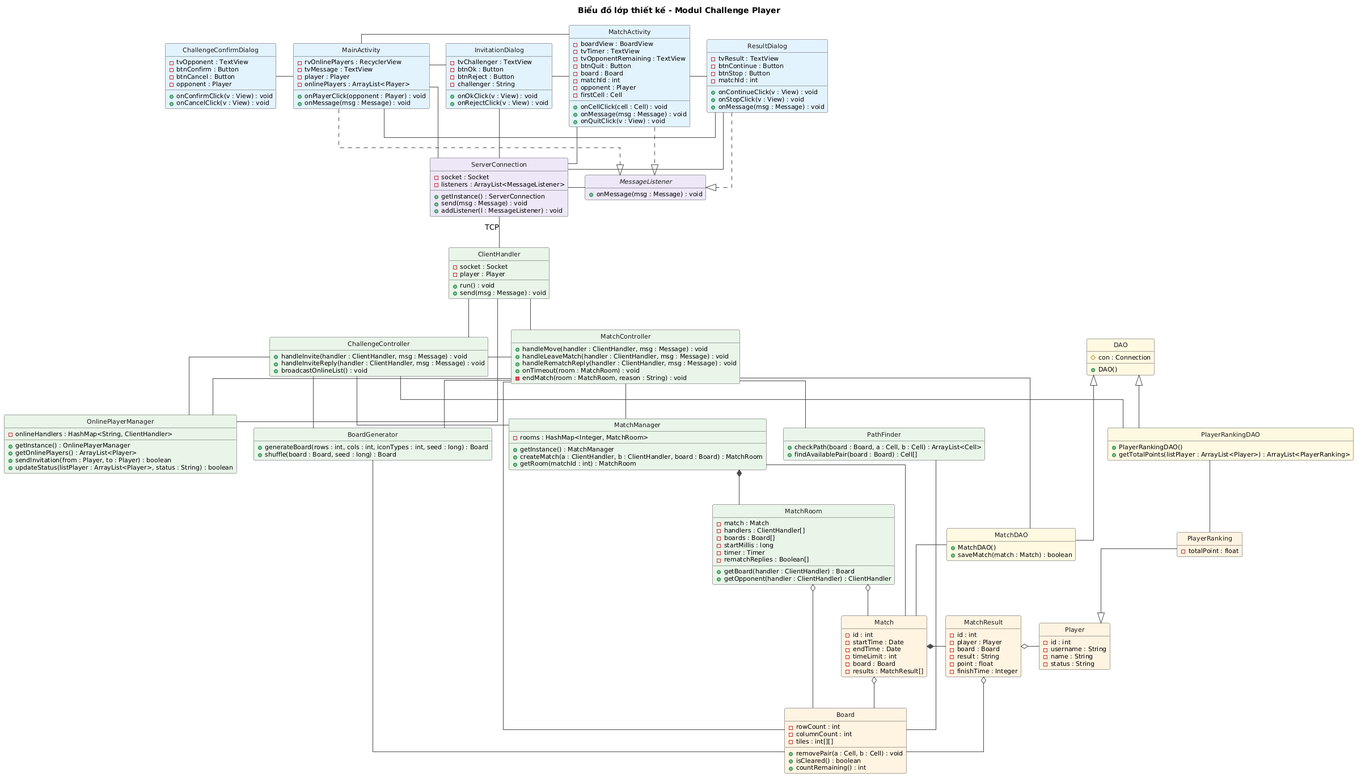
This is docs/uml/pha3/class-design-m3.png from VattenL/mobile-pikachu, a PlantUML export, as it was before one commit.
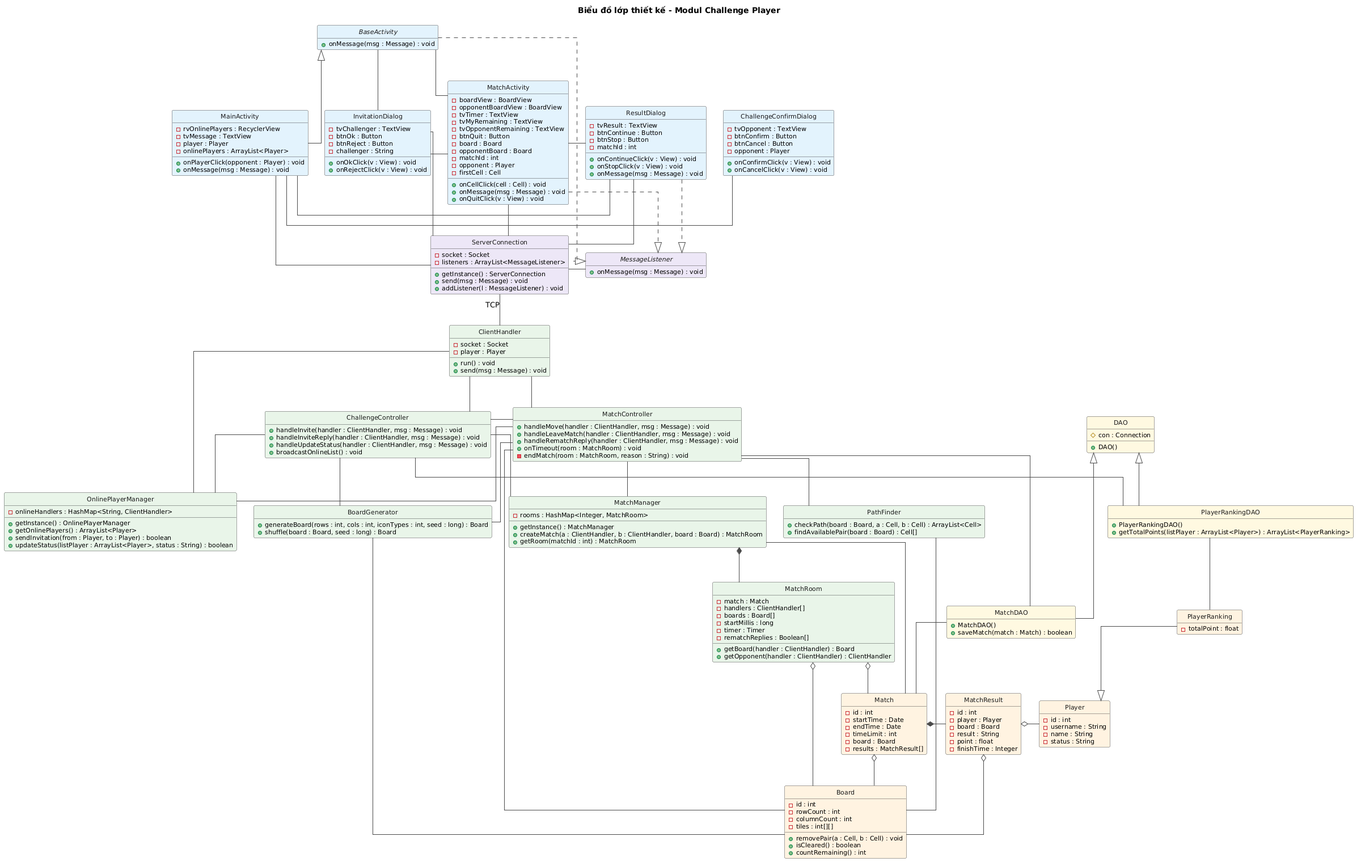
Later version of the same file.

The edit, as a diff of the source:
```diff
@@ -15,6 +15,19 @@
   FontColor #1A1A1A
 }
 
+class ChallengeConfirmDialog #E3F2FD {
+  - tvOpponent : TextView
+  - btnConfirm : Button
+  - btnCancel : Button
+  - opponent : Player
+  + onConfirmClick(v : View) : void
+  + onCancelClick(v : View) : void
+}
+
+abstract class BaseActivity #E3F2FD {
+  + onMessage(msg : Message) : void
+}
+
 class MainActivity #E3F2FD {
   - rvOnlinePlayers : RecyclerView
   - tvMessage : TextView
@@ -22,15 +35,6 @@
   - onlinePlayers : ArrayList<Player>
   + onPlayerClick(opponent : Player) : void
   + onMessage(msg : Message) : void
-}
-
-class ChallengeConfirmDialog #E3F2FD {
-  - tvOpponent : TextView
-  - btnConfirm : Button
-  - btnCancel : Button
-  - opponent : Player
-  + onConfirmClick(v : View) : void
-  + onCancelClick(v : View) : void
 }
 
 class InvitationDialog #E3F2FD {
@@ -44,10 +48,13 @@
 
 class MatchActivity #E3F2FD {
   - boardView : BoardView
+  - opponentBoardView : BoardView
   - tvTimer : TextView
+  - tvMyRemaining : TextView
   - tvOpponentRemaining : TextView
   - btnQuit : Button
   - board : Board
+  - opponentBoard : Board
   - matchId : int
   - opponent : Player
   - firstCell : Cell
@@ -88,6 +95,7 @@
 class ChallengeController #E8F5E9 {
   + handleInvite(handler : ClientHandler, msg : Message) : void
   + handleInviteReply(handler : ClientHandler, msg : Message) : void
+  + handleUpdateStatus(handler : ClientHandler, msg : Message) : void
   + broadcastOnlineList() : void
 }
 
@@ -180,6 +188,7 @@
 }
 
 class Board #FFF3E0 {
+  - id : int
   - rowCount : int
   - columnCount : int
   - tiles : int[][]
@@ -189,14 +198,15 @@
 }
 
 MainActivity -left- ChallengeConfirmDialog
-MainActivity -right- InvitationDialog
+BaseActivity -right- InvitationDialog
 InvitationDialog -right- MatchActivity
 MatchActivity -right- ResultDialog
 ResultDialog -[norank]- MainActivity
-MainActivity ..|> MessageListener
+MainActivity -up-|> BaseActivity
+BaseActivity ..|> MessageListener
 MatchActivity ..|> MessageListener
 ResultDialog ..|> MessageListener
-MainActivity -[norank]- MatchActivity
+BaseActivity -[norank]- MatchActivity
 
 MainActivity -down- ServerConnection
 InvitationDialog -down- ServerConnection
```
